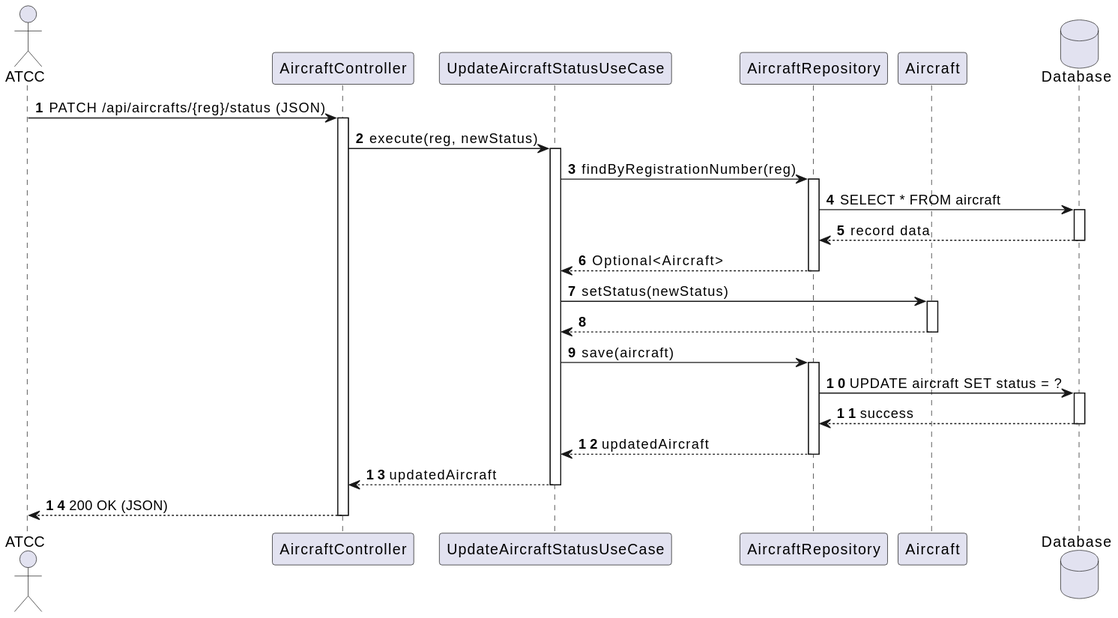
VascoMagolo/psoft_1231562_1241692_1242036_2db keeps this PlantUML diagram as docs/system-documentation/use-cases/WP1A/US105/svg/sd_us105.svg. Above is the earlier version. Source of this version:
```plantuml
@startuml
autonumber
actor "ATCC" as ATCC
participant "AircraftController" as Ctrl
participant "UpdateAircraftStatusUseCase" as UC
participant "AircraftRepository" as Repo
participant "Aircraft" as Entity
database "Database" as DB

ATCC -> Ctrl : PATCH /api/aircrafts/{reg}/status (JSON)
activate Ctrl

Ctrl -> UC : execute(reg, newStatus)
activate UC

UC -> Repo : findByRegistrationNumber(reg)
activate Repo
Repo -> DB : SELECT * FROM aircraft
activate DB
DB --> Repo : record data
deactivate DB
Repo --> UC : Optional<Aircraft>
deactivate Repo

UC -> Entity : setStatus(newStatus)
activate Entity
Entity --> UC
deactivate Entity

UC -> Repo : save(aircraft)
activate Repo
Repo -> DB : UPDATE aircraft SET status = ?
activate DB
DB --> Repo : success
deactivate DB
Repo --> UC : updatedAircraft
deactivate Repo

UC --> Ctrl : updatedAircraft
deactivate UC

Ctrl --> ATCC : 200 OK (JSON)
deactivate Ctrl
@enduml
```
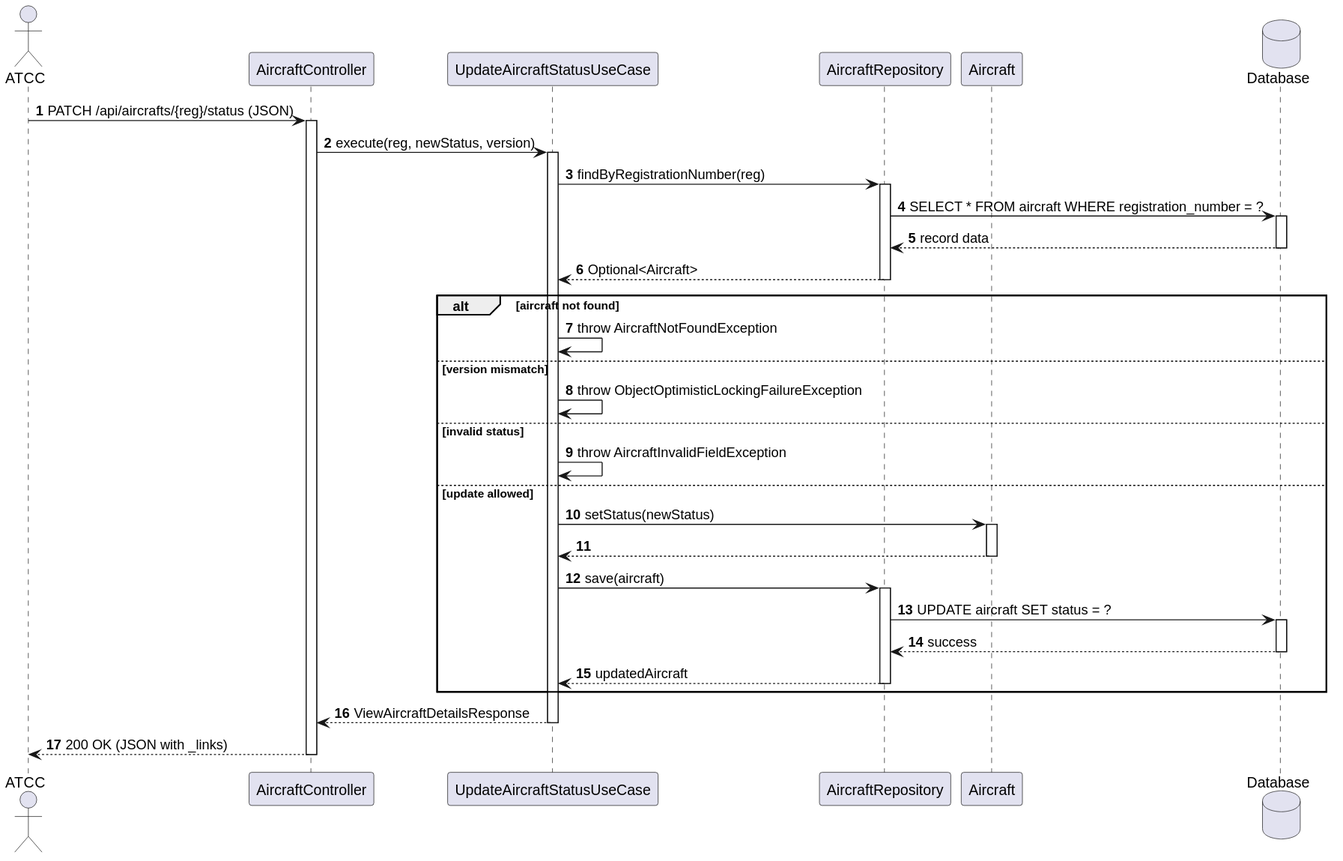
The same file after the commit.

Change to the diagram source:
```diff
@@ -6,39 +6,40 @@
 participant "AircraftRepository" as Repo
 participant "Aircraft" as Entity
 database "Database" as DB
-
 ATCC -> Ctrl : PATCH /api/aircrafts/{reg}/status (JSON)
 activate Ctrl
-
-Ctrl -> UC : execute(reg, newStatus)
+Ctrl -> UC : execute(reg, newStatus, version)
 activate UC
-
 UC -> Repo : findByRegistrationNumber(reg)
 activate Repo
-Repo -> DB : SELECT * FROM aircraft
+Repo -> DB : SELECT * FROM aircraft WHERE registration_number = ?
 activate DB
 DB --> Repo : record data
 deactivate DB
 Repo --> UC : Optional<Aircraft>
 deactivate Repo
-
-UC -> Entity : setStatus(newStatus)
-activate Entity
-Entity --> UC
-deactivate Entity
-
-UC -> Repo : save(aircraft)
-activate Repo
-Repo -> DB : UPDATE aircraft SET status = ?
-activate DB
-DB --> Repo : success
-deactivate DB
-Repo --> UC : updatedAircraft
-deactivate Repo
-
-UC --> Ctrl : updatedAircraft
+alt aircraft not found
+    UC -> UC : throw AircraftNotFoundException
+else version mismatch
+    UC -> UC : throw ObjectOptimisticLockingFailureException
+else invalid status
+    UC -> UC : throw AircraftInvalidFieldException
+else update allowed
+    UC -> Entity : setStatus(newStatus)
+    activate Entity
+    Entity --> UC
+    deactivate Entity
+    UC -> Repo : save(aircraft)
+    activate Repo
+    Repo -> DB : UPDATE aircraft SET status = ?
+    activate DB
+    DB --> Repo : success
+    deactivate DB
+    Repo --> UC : updatedAircraft
+    deactivate Repo
+end
+UC --> Ctrl : ViewAircraftDetailsResponse
 deactivate UC
-
-Ctrl --> ATCC : 200 OK (JSON)
+Ctrl --> ATCC : 200 OK (JSON with _links)
 deactivate Ctrl
 @enduml
```
